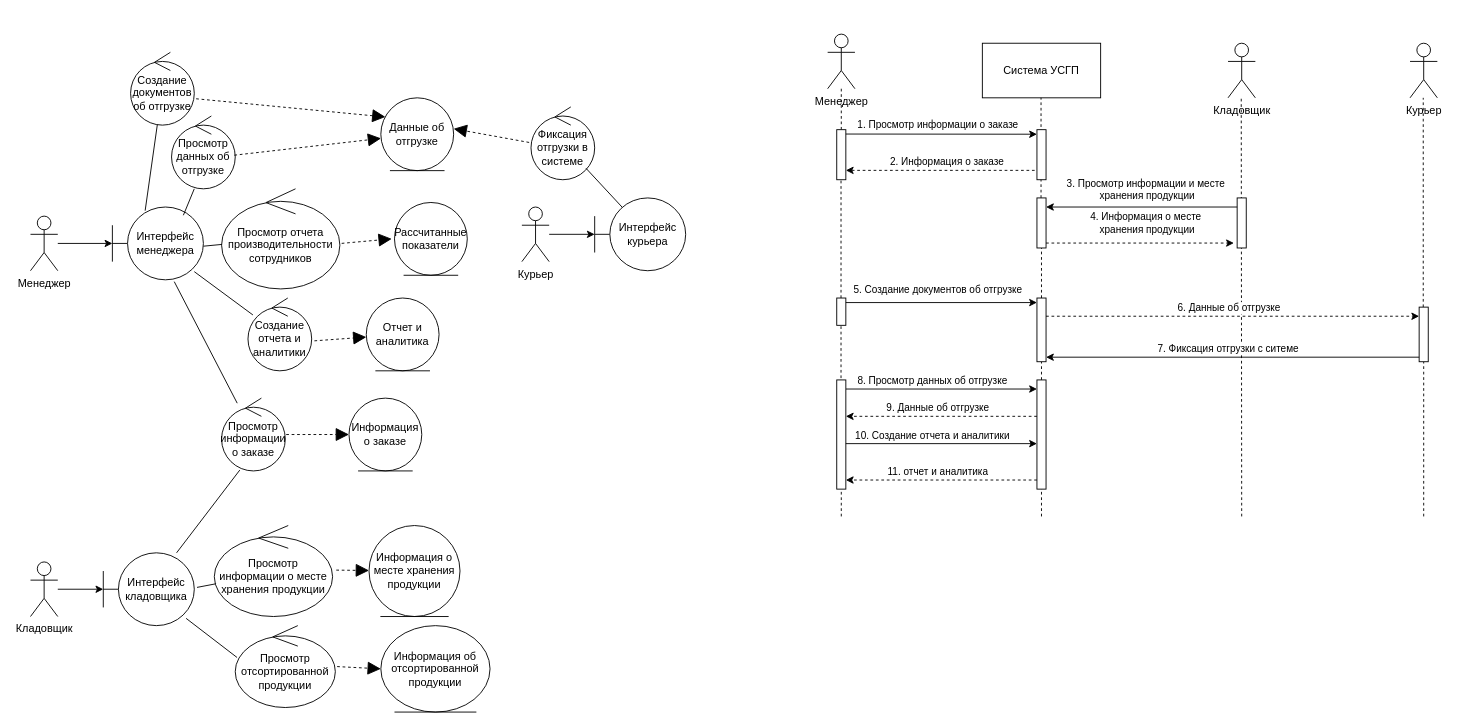
The draw.io diagram ОРТПС_4.drawio in mopsin666/AKMS, before the edit. Source tidied: cells renumbered, new cells numbered last; positions are measured from the earlier drawing's top-left corner, leaving out a move shared by most shapes. Both pictures are drawn from the tidied source at 91%, with x=0, y=0 at pixel (30, 34).
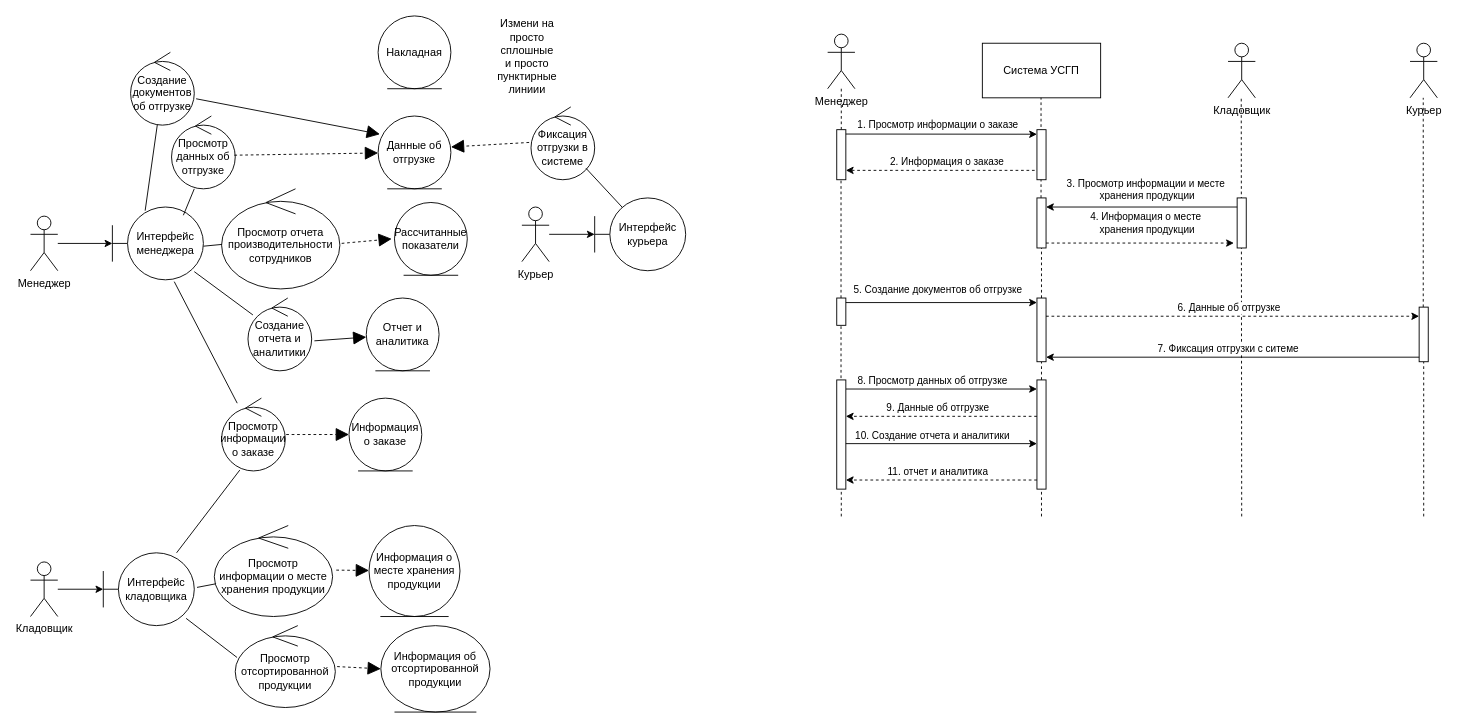
Above is the later version.

Unchanged cells that the change refers to:
```xml
<mxCell id="8" value="Создание отчета и аналитики" style="ellipse;shape=umlControl;whiteSpace=wrap;html=1;" parent="1" vertex="1">
  <mxGeometry x="239" y="290" width="70" height="80" as="geometry" />
</mxCell>
<mxCell id="12" value="Отчет и аналитика" style="ellipse;shape=umlEntity;whiteSpace=wrap;html=1;" parent="1" vertex="1">
  <mxGeometry x="369" y="290" width="80" height="80" as="geometry" />
</mxCell>
<mxCell id="37" value="Создание документов об отгрузке" style="ellipse;shape=umlControl;whiteSpace=wrap;html=1;" parent="1" vertex="1">
  <mxGeometry x="110" y="20" width="70" height="80" as="geometry" />
</mxCell>
```

Change to the diagram source:
```diff
@@
     <mxCell id="10" value="Данные об отгрузке" style="ellipse;shape=umlEntity;whiteSpace=wrap;html=1;" parent="1" vertex="1">
-      <mxGeometry x="385" y="70" width="80" height="80" as="geometry" />
+      <mxGeometry x="382" y="90" width="80" height="80" as="geometry" />
     </mxCell>
@@
-    <mxCell id="20" style="endArrow=block;dashed=1;endFill=1;endSize=12;html=1;rounded=0;curved=0;exitX=1.043;exitY=0.588;exitDx=0;exitDy=0;exitPerimeter=0;" parent="1" edge="1" source="8" target="12">
+    <mxCell id="20" style="endArrow=block;endFill=1;endSize=12;html=1;rounded=0;curved=0;exitX=1.043;exitY=0.588;exitDx=0;exitDy=0;exitPerimeter=0;" parent="1" edge="1" source="8" target="12">
       <mxGeometry relative="1" as="geometry" />
     </mxCell>
@@
-    <mxCell id="39" style="endArrow=block;dashed=1;endFill=1;endSize=12;html=1;rounded=0;curved=0;exitX=1.029;exitY=0.638;exitDx=0;exitDy=0;exitPerimeter=0;entryX=0.063;entryY=0.263;entryDx=0;entryDy=0;entryPerimeter=0;" parent="1" edge="1" source="37" target="10">
+    <mxCell id="39" style="endArrow=block;endFill=1;endSize=12;html=1;rounded=0;curved=0;exitX=1.029;exitY=0.638;exitDx=0;exitDy=0;exitPerimeter=0;entryX=0.025;entryY=0.25;entryDx=0;entryDy=0;entryPerimeter=0;" parent="1" edge="1" source="37" target="10">
       <mxGeometry relative="1" as="geometry" />
     </mxCell>
@@
+    <mxCell id="88" value="Накладная" style="ellipse;shape=umlEntity;whiteSpace=wrap;html=1;" parent="1" vertex="1">
+      <mxGeometry x="382" y="-20" width="80" height="80" as="geometry" />
+    </mxCell>
+    <mxCell id="89" value="Измени на просто сплошные и просто пунктирные линиии" style="text;html=1;whiteSpace=wrap;strokeColor=none;fillColor=none;align=center;verticalAlign=middle;rounded=0;" parent="1" vertex="1">
+      <mxGeometry x="516" y="10" width="60" height="30" as="geometry" />
+    </mxCell>
```
